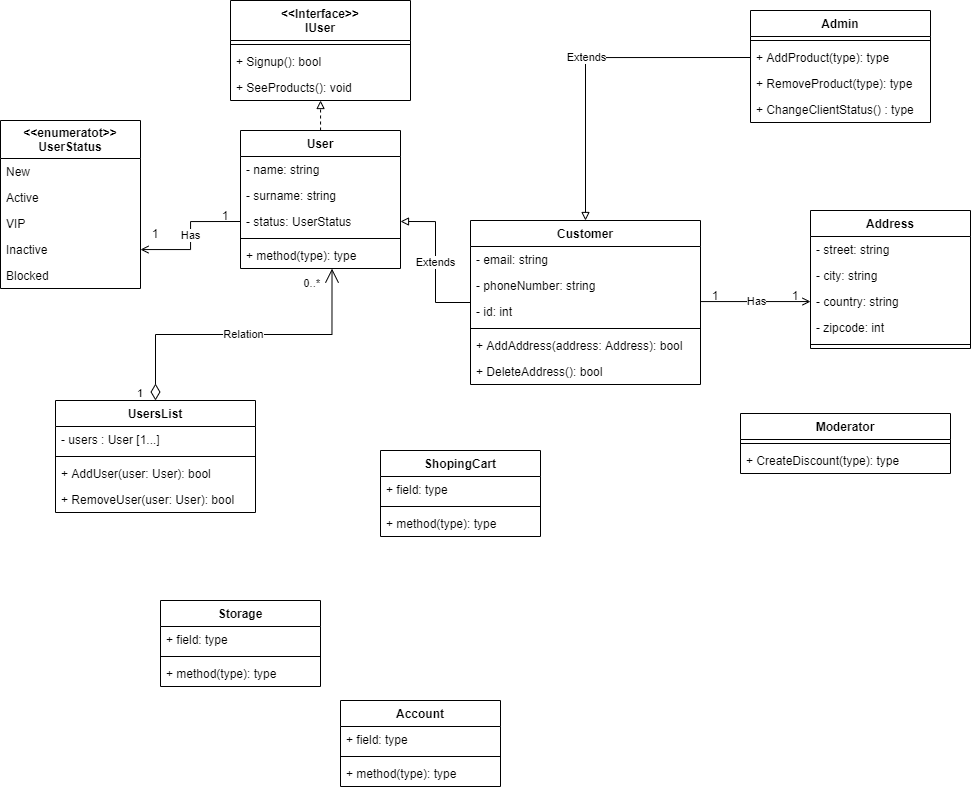
Earlier version of the draw.io export ShopConseptualUML.drawio.png (olh-msk/SigmaTask10). Source tidied: cells renumbered, new cells last; positions are measured from the earlier drawing's top-left corner, leaving out a move shared by most shapes.
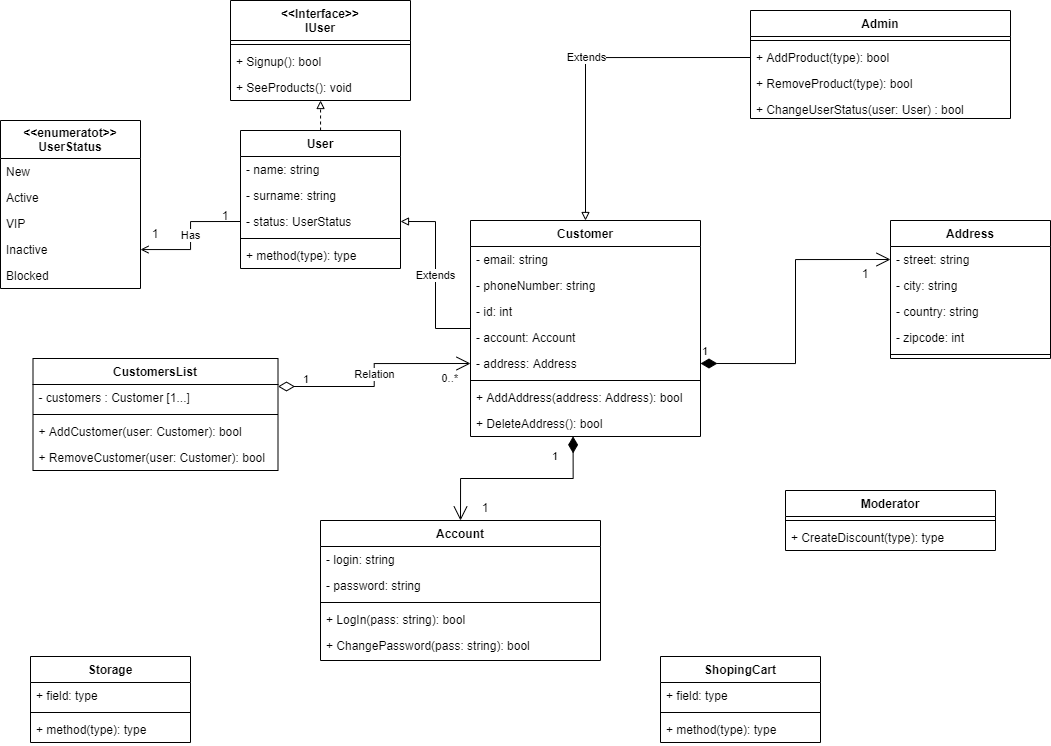
After the commit.

Diff of the diagram source:
```diff
@@ -15,7 +15,7 @@
       <mxGeometry y="74" width="180" height="26" as="geometry" />
     </mxCell>
     <mxCell id="6" value="Storage" style="swimlane;fontStyle=1;align=center;verticalAlign=top;horizontal=1;startSize=26;" parent="1" vertex="1">
-      <mxGeometry x="160" y="600" width="160" height="86" as="geometry" />
+      <mxGeometry x="30" y="656" width="160" height="86" as="geometry" />
     </mxCell>
     <mxCell id="7" value="+ field: type" style="text;strokeColor=none;fillColor=none;align=left;verticalAlign=top;spacingLeft=4;spacingRight=4;overflow=hidden;" parent="6" vertex="1">
       <mxGeometry y="26" width="160" height="26" as="geometry" />
@@ -27,19 +27,19 @@
       <mxGeometry y="60" width="160" height="26" as="geometry" />
     </mxCell>
     <mxCell id="10" value="Admin" style="swimlane;fontStyle=1;align=center;verticalAlign=top;horizontal=1;startSize=26;" parent="1" vertex="1">
-      <mxGeometry x="750" y="10" width="180" height="112" as="geometry" />
+      <mxGeometry x="750" y="10" width="260" height="108" as="geometry" />
     </mxCell>
     <mxCell id="11" style="line;strokeWidth=1;fillColor=none;align=left;verticalAlign=middle;spacingTop=-1;spacingLeft=3;spacingRight=3;labelPosition=right;" parent="10" vertex="1">
-      <mxGeometry y="26" width="180" height="8" as="geometry" />
+      <mxGeometry y="26" width="260" height="8" as="geometry" />
     </mxCell>
-    <mxCell id="12" value="+ AddProduct(type): type" style="text;strokeColor=none;fillColor=none;align=left;verticalAlign=top;spacingLeft=4;spacingRight=4;overflow=hidden;points=[[0,0.5],[1,0.5]];portConstraint=eastwest;" parent="10" vertex="1">
-      <mxGeometry y="34" width="180" height="26" as="geometry" />
+    <mxCell id="12" value="+ AddProduct(type): bool" style="text;strokeColor=none;fillColor=none;align=left;verticalAlign=top;spacingLeft=4;spacingRight=4;overflow=hidden;points=[[0,0.5],[1,0.5]];portConstraint=eastwest;" parent="10" vertex="1">
+      <mxGeometry y="34" width="260" height="26" as="geometry" />
     </mxCell>
-    <mxCell id="13" value="+ RemoveProduct(type): type" style="text;strokeColor=none;fillColor=none;align=left;verticalAlign=top;spacingLeft=4;spacingRight=4;overflow=hidden;" parent="10" vertex="1">
-      <mxGeometry y="60" width="180" height="26" as="geometry" />
+    <mxCell id="13" value="+ RemoveProduct(type): bool" style="text;strokeColor=none;fillColor=none;align=left;verticalAlign=top;spacingLeft=4;spacingRight=4;overflow=hidden;" parent="10" vertex="1">
+      <mxGeometry y="60" width="260" height="26" as="geometry" />
     </mxCell>
-    <mxCell id="14" value="+ ChangeClientStatus() : type" style="text;strokeColor=none;fillColor=none;align=left;verticalAlign=top;spacingLeft=4;spacingRight=4;overflow=hidden;" parent="10" vertex="1">
-      <mxGeometry y="86" width="180" height="26" as="geometry" />
+    <mxCell id="14" value="+ ChangeUserStatus(user: User) : bool" style="text;strokeColor=none;fillColor=none;align=left;verticalAlign=top;spacingLeft=4;spacingRight=4;overflow=hidden;" parent="10" vertex="1">
+      <mxGeometry y="86" width="260" height="22" as="geometry" />
     </mxCell>
     <mxCell id="15" style="edgeStyle=orthogonalEdgeStyle;rounded=0;jettySize=auto;html=1;endArrow=block;endFill=0;dashed=1;" parent="1" edge="1" source="17" target="5">
       <mxGeometry relative="1" as="geometry">
@@ -71,7 +71,7 @@
       <mxGeometry y="112" width="160" height="26" as="geometry" />
     </mxCell>
     <mxCell id="23" value="Address" style="swimlane;fontStyle=1;align=center;verticalAlign=top;horizontal=1;startSize=26;" parent="1" vertex="1">
-      <mxGeometry x="810" y="210" width="160" height="138" as="geometry" />
+      <mxGeometry x="890" y="220" width="160" height="138" as="geometry" />
     </mxCell>
     <mxCell id="24" value="- street: string" style="text;strokeColor=none;fillColor=none;align=left;verticalAlign=top;spacingLeft=4;spacingRight=4;overflow=hidden;points=[[0,0.5],[1,0.5]];portConstraint=eastwest;" parent="23" vertex="1">
       <mxGeometry y="26" width="160" height="26" as="geometry" />
@@ -89,25 +89,28 @@
       <mxGeometry y="130" width="160" height="8" as="geometry" />
     </mxCell>
     <mxCell id="29" value="Account" style="swimlane;fontStyle=1;align=center;verticalAlign=top;horizontal=1;startSize=26;" parent="1" vertex="1">
-      <mxGeometry x="340" y="700" width="160" height="86" as="geometry" />
+      <mxGeometry x="320" y="520" width="280" height="140" as="geometry" />
     </mxCell>
-    <mxCell id="30" value="+ field: type" style="text;strokeColor=none;fillColor=none;align=left;verticalAlign=top;spacingLeft=4;spacingRight=4;overflow=hidden;" parent="29" vertex="1">
-      <mxGeometry y="26" width="160" height="26" as="geometry" />
+    <mxCell id="30" value="- login: string" style="text;strokeColor=none;fillColor=none;align=left;verticalAlign=top;spacingLeft=4;spacingRight=4;overflow=hidden;" parent="29" vertex="1">
+      <mxGeometry y="26" width="280" height="26" as="geometry" />
     </mxCell>
+    <mxCell id="68" value="- password: string" style="text;strokeColor=none;fillColor=none;align=left;verticalAlign=top;spacingLeft=4;spacingRight=4;overflow=hidden;" parent="29" vertex="1">
+      <mxGeometry y="52" width="280" height="26" as="geometry" />
+    </mxCell>
     <mxCell id="31" style="line;strokeWidth=1;fillColor=none;align=left;verticalAlign=middle;spacingTop=-1;spacingLeft=3;spacingRight=3;labelPosition=right;" parent="29" vertex="1">
-      <mxGeometry y="52" width="160" height="8" as="geometry" />
+      <mxGeometry y="78" width="280" height="8" as="geometry" />
     </mxCell>
-    <mxCell id="32" value="+ method(type): type" style="text;strokeColor=none;fillColor=none;align=left;verticalAlign=top;spacingLeft=4;spacingRight=4;overflow=hidden;" parent="29" vertex="1">
-      <mxGeometry y="60" width="160" height="26" as="geometry" />
+    <mxCell id="32" value="+ LogIn(pass: string): bool" style="text;strokeColor=none;fillColor=none;align=left;verticalAlign=top;spacingLeft=4;spacingRight=4;overflow=hidden;" parent="29" vertex="1">
+      <mxGeometry y="86" width="280" height="26" as="geometry" />
     </mxCell>
-    <mxCell id="33" value="Has" style="edgeStyle=orthogonalEdgeStyle;rounded=0;jettySize=auto;html=1;endArrow=open;endFill=0;exitX=1.002;exitY=0.118;exitDx=0;exitDy=0;exitPerimeter=0;" parent="1" edge="1" source="38" target="26">
-      <mxGeometry relative="1" as="geometry" />
-    </mxCell>
+    <mxCell id="69" value="+ ChangePassword(pass: string): bool" style="text;strokeColor=none;fillColor=none;align=left;verticalAlign=top;spacingLeft=4;spacingRight=4;overflow=hidden;" parent="29" vertex="1">
+      <mxGeometry y="112" width="280" height="28" as="geometry" />
+    </mxCell>
     <mxCell id="34" value="Extends" style="edgeStyle=orthogonalEdgeStyle;rounded=0;jettySize=auto;html=1;endArrow=block;endFill=0;entryX=1;entryY=0.5;entryDx=0;entryDy=0;" parent="1" edge="1" source="35" target="20">
       <mxGeometry relative="1" as="geometry" />
     </mxCell>
     <mxCell id="35" value="Customer" style="swimlane;fontStyle=1;align=center;verticalAlign=top;horizontal=1;startSize=26;" parent="1" vertex="1">
-      <mxGeometry x="470" y="220" width="230" height="164" as="geometry" />
+      <mxGeometry x="470" y="220" width="230" height="216" as="geometry" />
     </mxCell>
     <mxCell id="36" value="- email: string" style="text;strokeColor=none;fillColor=none;align=left;verticalAlign=top;spacingLeft=4;spacingRight=4;overflow=hidden;" parent="35" vertex="1">
       <mxGeometry y="26" width="230" height="26" as="geometry" />
@@ -118,17 +121,23 @@
     <mxCell id="38" value="- id: int" style="text;strokeColor=none;fillColor=none;align=left;verticalAlign=top;spacingLeft=4;spacingRight=4;overflow=hidden;points=[[0,0.5],[1,0.5]];portConstraint=eastwest;" parent="35" vertex="1">
       <mxGeometry y="78" width="230" height="26" as="geometry" />
     </mxCell>
+    <mxCell id="70" value="- account: Account" style="text;strokeColor=none;fillColor=none;align=left;verticalAlign=top;spacingLeft=4;spacingRight=4;overflow=hidden;" parent="35" vertex="1">
+      <mxGeometry y="104" width="230" height="26" as="geometry" />
+    </mxCell>
+    <mxCell id="71" value="- address: Address" style="text;strokeColor=none;fillColor=none;align=left;verticalAlign=top;spacingLeft=4;spacingRight=4;overflow=hidden;points=[[0,0.5],[1,0.5]];portConstraint=eastwest;" parent="35" vertex="1">
+      <mxGeometry y="130" width="230" height="26" as="geometry" />
+    </mxCell>
     <mxCell id="39" style="line;strokeWidth=1;fillColor=none;align=left;verticalAlign=middle;spacingTop=-1;spacingLeft=3;spacingRight=3;labelPosition=right;" parent="35" vertex="1">
-      <mxGeometry y="104" width="230" height="8" as="geometry" />
+      <mxGeometry y="156" width="230" height="8" as="geometry" />
     </mxCell>
     <mxCell id="40" value="+ AddAddress(address: Address): bool" style="text;strokeColor=none;fillColor=none;align=left;verticalAlign=top;spacingLeft=4;spacingRight=4;overflow=hidden;" parent="35" vertex="1">
-      <mxGeometry y="112" width="230" height="26" as="geometry" />
+      <mxGeometry y="164" width="230" height="26" as="geometry" />
     </mxCell>
     <mxCell id="41" value="+ DeleteAddress(): bool" style="text;strokeColor=none;fillColor=none;align=left;verticalAlign=top;spacingLeft=4;spacingRight=4;overflow=hidden;points=[[0,0.5],[1,0.5]];portConstraint=eastwest;" parent="35" vertex="1">
-      <mxGeometry y="138" width="230" height="26" as="geometry" />
+      <mxGeometry y="190" width="230" height="26" as="geometry" />
     </mxCell>
     <mxCell id="42" value="ShopingCart" style="swimlane;fontStyle=1;align=center;verticalAlign=top;horizontal=1;startSize=26;" parent="1" vertex="1">
-      <mxGeometry x="380" y="450" width="160" height="86" as="geometry" />
+      <mxGeometry x="660" y="656" width="160" height="86" as="geometry" />
     </mxCell>
     <mxCell id="43" value="+ field: type" style="text;strokeColor=none;fillColor=none;align=left;verticalAlign=top;spacingLeft=4;spacingRight=4;overflow=hidden;" parent="42" vertex="1">
       <mxGeometry y="26" width="160" height="26" as="geometry" />
@@ -163,36 +172,30 @@
     <mxCell id="53" value="1" style="text;html=1;strokeColor=none;fillColor=none;align=center;verticalAlign=middle;whiteSpace=wrap;rounded=0;" parent="1" vertex="1">
       <mxGeometry x="140" y="220" width="30" height="26" as="geometry" />
     </mxCell>
-    <mxCell id="54" value="1" style="text;html=1;strokeColor=none;fillColor=none;align=center;verticalAlign=middle;whiteSpace=wrap;rounded=0;" parent="1" vertex="1">
-      <mxGeometry x="700" y="290" width="30" height="10" as="geometry" />
-    </mxCell>
-    <mxCell id="55" value="1" style="text;html=1;strokeColor=none;fillColor=none;align=center;verticalAlign=middle;whiteSpace=wrap;rounded=0;" parent="1" vertex="1">
-      <mxGeometry x="780" y="290" width="30" height="10" as="geometry" />
-    </mxCell>
     <mxCell id="56" value="Extends" style="edgeStyle=orthogonalEdgeStyle;rounded=0;jettySize=auto;html=1;exitX=0;exitY=0.5;exitDx=0;exitDy=0;entryX=0.5;entryY=0;entryDx=0;entryDy=0;endArrow=block;endFill=0;" parent="1" edge="1" source="12" target="35">
       <mxGeometry relative="1" as="geometry" />
     </mxCell>
-    <mxCell id="57" value="UsersList" style="swimlane;fontStyle=1;align=center;verticalAlign=top;horizontal=1;startSize=26;" parent="1" vertex="1">
-      <mxGeometry x="55" y="400" width="200" height="112" as="geometry" />
+    <mxCell id="57" value="CustomersList" style="swimlane;fontStyle=1;align=center;verticalAlign=top;horizontal=1;startSize=26;" parent="1" vertex="1">
+      <mxGeometry x="32.5" y="358" width="245" height="112" as="geometry" />
     </mxCell>
-    <mxCell id="58" value="- users : User [1...]" style="text;strokeColor=none;fillColor=none;align=left;verticalAlign=top;spacingLeft=4;spacingRight=4;overflow=hidden;" parent="57" vertex="1">
-      <mxGeometry y="26" width="200" height="26" as="geometry" />
+    <mxCell id="58" value="- customers : Customer [1...]" style="text;strokeColor=none;fillColor=none;align=left;verticalAlign=top;spacingLeft=4;spacingRight=4;overflow=hidden;" parent="57" vertex="1">
+      <mxGeometry y="26" width="245" height="26" as="geometry" />
     </mxCell>
     <mxCell id="59" style="line;strokeWidth=1;fillColor=none;align=left;verticalAlign=middle;spacingTop=-1;spacingLeft=3;spacingRight=3;labelPosition=right;" parent="57" vertex="1">
-      <mxGeometry y="52" width="200" height="8" as="geometry" />
+      <mxGeometry y="52" width="245" height="8" as="geometry" />
     </mxCell>
-    <mxCell id="60" value="+ AddUser(user: User): bool" style="text;strokeColor=none;fillColor=none;align=left;verticalAlign=top;spacingLeft=4;spacingRight=4;overflow=hidden;" parent="57" vertex="1">
-      <mxGeometry y="60" width="200" height="26" as="geometry" />
+    <mxCell id="60" value="+ AddCustomer(user: Customer): bool" style="text;strokeColor=none;fillColor=none;align=left;verticalAlign=top;spacingLeft=4;spacingRight=4;overflow=hidden;" parent="57" vertex="1">
+      <mxGeometry y="60" width="245" height="26" as="geometry" />
     </mxCell>
-    <mxCell id="61" value="+ RemoveUser(user: User): bool" style="text;strokeColor=none;fillColor=none;align=left;verticalAlign=top;spacingLeft=4;spacingRight=4;overflow=hidden;" parent="57" vertex="1">
-      <mxGeometry y="86" width="200" height="26" as="geometry" />
+    <mxCell id="61" value="+ RemoveCustomer(user: Customer): bool" style="text;strokeColor=none;fillColor=none;align=left;verticalAlign=top;spacingLeft=4;spacingRight=4;overflow=hidden;" parent="57" vertex="1">
+      <mxGeometry y="86" width="245" height="26" as="geometry" />
     </mxCell>
-    <mxCell id="62" value="Relation" style="endArrow=open;html=1;endSize=12;startArrow=diamondThin;startSize=14;startFill=0;edgeStyle=orthogonalEdgeStyle;rounded=0;exitX=0.5;exitY=0;exitDx=0;exitDy=0;entryX=0.572;entryY=1.005;entryDx=0;entryDy=0;entryPerimeter=0;" parent="1" edge="1" source="57" target="22">
+    <mxCell id="62" value="Relation" style="endArrow=open;html=1;endSize=12;startArrow=diamondThin;startSize=14;startFill=0;edgeStyle=orthogonalEdgeStyle;rounded=0;exitX=1;exitY=0.25;exitDx=0;exitDy=0;entryX=0;entryY=0.5;entryDx=0;entryDy=0;" parent="1" edge="1" source="57" target="71">
       <mxGeometry relative="1" as="geometry" />
     </mxCell>
     <mxCell id="63" value="1" style="edgeLabel;html=1;align=left;verticalAlign=top;" parent="62" vertex="1">
       <mxGeometry x="-1" relative="1" as="geometry">
-        <mxPoint x="-20" y="-20" as="offset" />
+        <mxPoint x="23" y="-20" as="offset" />
       </mxGeometry>
     </mxCell>
     <mxCell id="64" value="0..*" style="edgeLabel;html=1;align=right;verticalAlign=top;" parent="62" vertex="1">
@@ -201,7 +204,7 @@
       </mxGeometry>
     </mxCell>
     <mxCell id="65" value="Moderator" style="swimlane;fontStyle=1;align=center;verticalAlign=top;horizontal=1;startSize=26;" parent="1" vertex="1">
-      <mxGeometry x="740" y="413" width="210" height="60" as="geometry" />
+      <mxGeometry x="785" y="490" width="210" height="60" as="geometry" />
     </mxCell>
     <mxCell id="66" style="line;strokeWidth=1;fillColor=none;align=left;verticalAlign=middle;spacingTop=-1;spacingLeft=3;spacingRight=3;labelPosition=right;" parent="65" vertex="1">
       <mxGeometry y="26" width="210" height="8" as="geometry" />
@@ -209,5 +212,17 @@
     <mxCell id="67" value="+ CreateDiscount(type): type" style="text;strokeColor=none;fillColor=none;align=left;verticalAlign=top;spacingLeft=4;spacingRight=4;overflow=hidden;" parent="65" vertex="1">
       <mxGeometry y="34" width="210" height="26" as="geometry" />
     </mxCell>
+    <mxCell id="72" value="1" style="endArrow=open;html=1;endSize=12;startArrow=diamondThin;startSize=14;startFill=1;edgeStyle=orthogonalEdgeStyle;align=left;verticalAlign=bottom;rounded=0;exitX=0.446;exitY=0.995;exitDx=0;exitDy=0;exitPerimeter=0;entryX=0.5;entryY=0;entryDx=0;entryDy=0;" parent="1" edge="1" source="41" target="29">
+      <mxGeometry x="-0.7" y="-23" relative="1" as="geometry" />
+    </mxCell>
+    <mxCell id="73" value="1" style="text;html=1;strokeColor=none;fillColor=none;align=center;verticalAlign=middle;whiteSpace=wrap;rounded=0;" parent="1" vertex="1">
+      <mxGeometry x="470" y="502" width="30" height="10" as="geometry" />
+    </mxCell>
+    <mxCell id="74" value="1" style="endArrow=open;html=1;endSize=12;startArrow=diamondThin;startSize=14;startFill=1;edgeStyle=orthogonalEdgeStyle;align=left;verticalAlign=bottom;rounded=0;exitX=1;exitY=0.5;exitDx=0;exitDy=0;entryX=0;entryY=0.5;entryDx=0;entryDy=0;" parent="1" edge="1" source="71" target="24">
+      <mxGeometry x="-1" y="3" relative="1" as="geometry" />
+    </mxCell>
+    <mxCell id="75" value="1" style="text;html=1;strokeColor=none;fillColor=none;align=center;verticalAlign=middle;whiteSpace=wrap;rounded=0;" parent="1" vertex="1">
+      <mxGeometry x="850" y="268" width="30" height="10" as="geometry" />
+    </mxCell>
   </root>
 </mxGraphModel>
```
